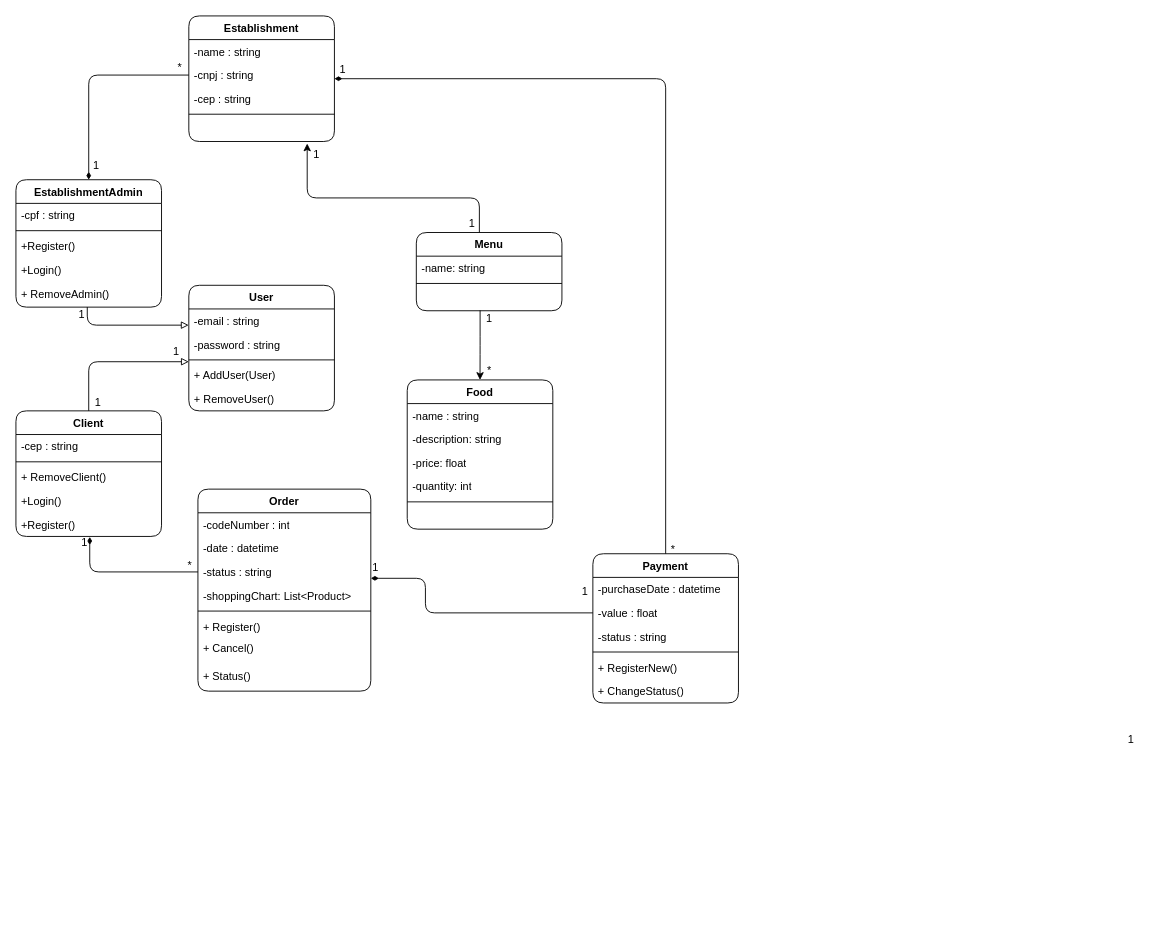
This is page "UML - Classe" (2 of 3) of DevOps/Modelagem de Software.drawio from LucasBO7/senai-curso-repos-semestre-4, a draw.io file, before an edit. Source tidied: cells renumbered, new cells numbered last; positions are measured from the earlier drawing's top-left corner, leaving out a move shared by most shapes. Both pictures are drawn from the tidied source at 91%, with x=0, y=0 at pixel (15, 15).
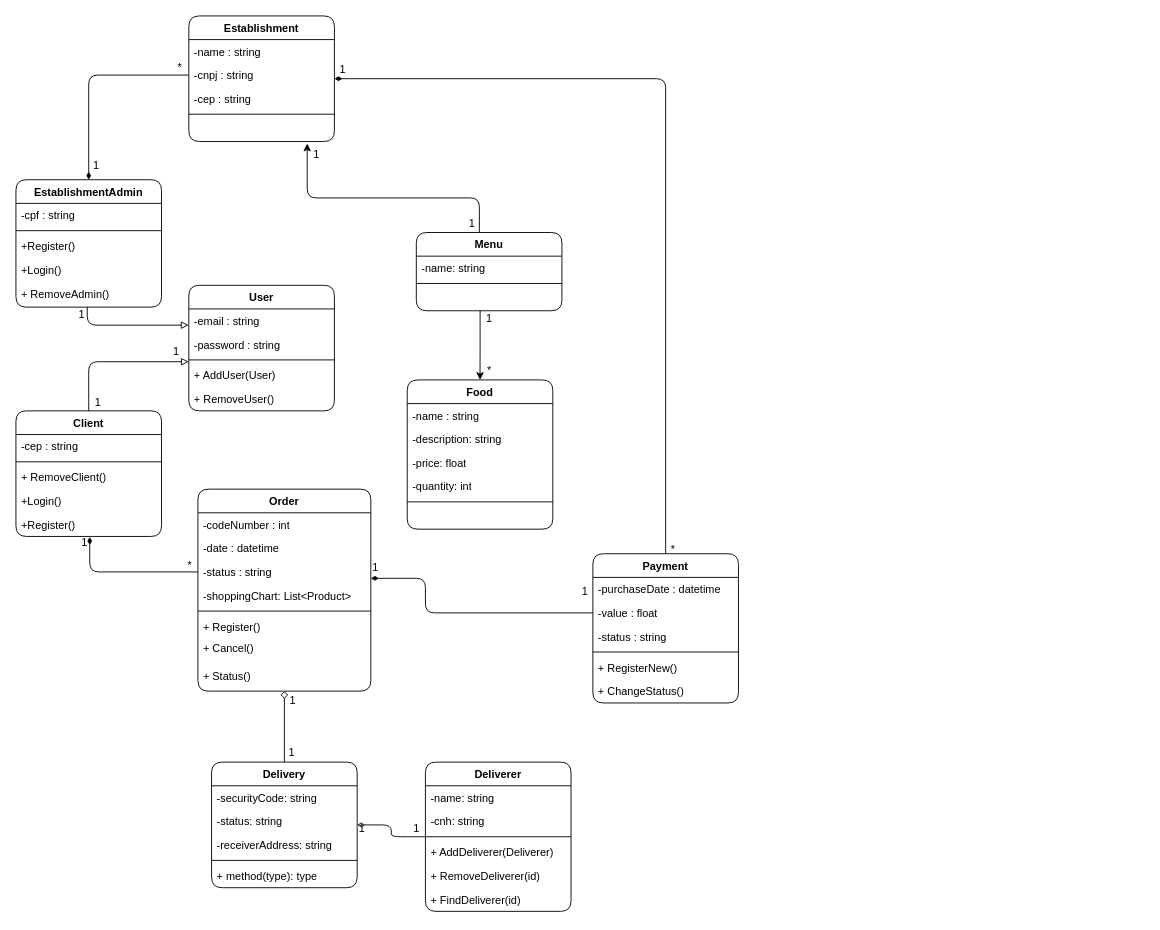
After the change.

The change refers to these unchanged cells:
```xml
<mxCell id="2" value="Order" style="swimlane;fontStyle=1;align=center;verticalAlign=top;horizontal=1;startSize=26;whiteSpace=wrap;html=1;rounded=1;" parent="1" vertex="1">
  <mxGeometry x="200" y="520" width="190" height="222" as="geometry" />
</mxCell>
```

Diff of the diagram source:
```diff
@@
+    <mxCell id="78" style="edgeStyle=orthogonalEdgeStyle;rounded=1;jettySize=auto;html=1;exitX=0.5;exitY=1;exitDx=0;exitDy=0;entryX=0.5;entryY=0;entryDx=0;entryDy=0;endArrow=none;endFill=0;startArrow=diamond;startFill=0;" parent="1" edge="1" source="2" target="87">
+      <mxGeometry relative="1" as="geometry" />
+    </mxCell>
@@
-    <mxCell id="51" value="1" style="text;html=1;align=center;verticalAlign=middle;strokeColor=none;fillColor=none;rounded=1;" parent="1" vertex="1">
-      <mxGeometry x="1210" y="780" width="30" height="30" as="geometry" />
-    </mxCell>
@@
-    <mxCell id="62" value="1" style="text;html=1;align=center;verticalAlign=middle;strokeColor=none;fillColor=none;" parent="1" vertex="1">
+    <mxCell id="62" value="1" style="text;html=1;align=center;verticalAlign=middle;strokeColor=none;fillColor=none;rounded=1;" parent="1" vertex="1">
       <mxGeometry x="315" y="138" width="30" height="30" as="geometry" />
     </mxCell>
@@
-    <mxCell id="67" value="1" style="text;html=1;align=center;verticalAlign=middle;strokeColor=none;fillColor=none;" parent="1" vertex="1">
+    <mxCell id="67" value="1" style="text;html=1;align=center;verticalAlign=middle;strokeColor=none;fillColor=none;rounded=1;" parent="1" vertex="1">
       <mxGeometry x="486" y="213" width="30" height="30" as="geometry" />
     </mxCell>
@@
-    <mxCell id="76" value="1" style="text;html=1;align=center;verticalAlign=middle;strokeColor=none;fillColor=none;" parent="1" vertex="1">
+    <mxCell id="76" value="1" style="text;html=1;align=center;verticalAlign=middle;strokeColor=none;fillColor=none;rounded=1;" parent="1" vertex="1">
       <mxGeometry x="505" y="318" width="30" height="30" as="geometry" />
     </mxCell>
-    <mxCell id="77" value="*" style="text;html=1;align=center;verticalAlign=middle;strokeColor=none;fillColor=none;" parent="1" vertex="1">
+    <mxCell id="77" value="*" style="text;html=1;align=center;verticalAlign=middle;strokeColor=none;fillColor=none;rounded=1;" parent="1" vertex="1">
       <mxGeometry x="505" y="375" width="30" height="30" as="geometry" />
     </mxCell>
+    <mxCell id="79" value="Deliverer" style="swimlane;fontStyle=1;align=center;verticalAlign=top;horizontal=1;startSize=26;whiteSpace=wrap;html=1;rounded=1;" parent="1" vertex="1">
+      <mxGeometry x="450" y="820" width="160" height="164" as="geometry" />
+    </mxCell>
+    <mxCell id="80" value="-name: string" style="text;strokeColor=none;fillColor=none;align=left;verticalAlign=top;spacingLeft=4;spacingRight=4;overflow=hidden;whiteSpace=wrap;html=1;rounded=1;" parent="79" vertex="1">
+      <mxGeometry y="26" width="160" height="26" as="geometry" />
+    </mxCell>
+    <mxCell id="81" value="-cnh: string" style="text;strokeColor=none;fillColor=none;align=left;verticalAlign=top;spacingLeft=4;spacingRight=4;overflow=hidden;whiteSpace=wrap;html=1;rounded=1;" parent="79" vertex="1">
+      <mxGeometry y="52" width="160" height="26" as="geometry" />
+    </mxCell>
+    <mxCell id="82" style="line;strokeWidth=1;fillColor=none;align=left;verticalAlign=middle;spacingTop=-1;spacingLeft=3;spacingRight=3;labelPosition=right;strokeColor=inherit;rounded=1;" parent="79" vertex="1">
+      <mxGeometry y="78" width="160" height="8" as="geometry" />
+    </mxCell>
+    <mxCell id="83" value="+ AddDeliverer(Deliverer)" style="text;strokeColor=none;fillColor=none;align=left;verticalAlign=top;spacingLeft=4;spacingRight=4;overflow=hidden;whiteSpace=wrap;html=1;rounded=1;" parent="79" vertex="1">
+      <mxGeometry y="86" width="160" height="26" as="geometry" />
+    </mxCell>
+    <mxCell id="84" value="+ RemoveDeliverer(id)" style="text;strokeColor=none;fillColor=none;align=left;verticalAlign=top;spacingLeft=4;spacingRight=4;overflow=hidden;whiteSpace=wrap;html=1;rounded=1;" parent="79" vertex="1">
+      <mxGeometry y="112" width="160" height="26" as="geometry" />
+    </mxCell>
+    <mxCell id="85" value="+ FindDeliverer(id)" style="text;strokeColor=none;fillColor=none;align=left;verticalAlign=top;spacingLeft=4;spacingRight=4;overflow=hidden;whiteSpace=wrap;html=1;rounded=1;" parent="79" vertex="1">
+      <mxGeometry y="138" width="160" height="26" as="geometry" />
+    </mxCell>
+    <mxCell id="86" style="edgeStyle=orthogonalEdgeStyle;rounded=1;jettySize=auto;html=1;entryX=0;entryY=0.5;entryDx=0;entryDy=0;endArrow=none;endFill=0;startArrow=diamondThin;startFill=0;" parent="1" edge="1" source="87" target="79">
+      <mxGeometry relative="1" as="geometry" />
+    </mxCell>
+    <mxCell id="87" value="Delivery" style="swimlane;fontStyle=1;align=center;verticalAlign=top;horizontal=1;startSize=26;whiteSpace=wrap;html=1;rounded=1;" parent="1" vertex="1">
+      <mxGeometry x="215" y="820" width="160" height="138" as="geometry" />
+    </mxCell>
+    <mxCell id="88" value="-securityCode: string" style="text;strokeColor=none;fillColor=none;align=left;verticalAlign=top;spacingLeft=4;spacingRight=4;overflow=hidden;whiteSpace=wrap;html=1;rounded=1;" parent="87" vertex="1">
+      <mxGeometry y="26" width="160" height="26" as="geometry" />
+    </mxCell>
+    <mxCell id="89" value="-status: string" style="text;strokeColor=none;fillColor=none;align=left;verticalAlign=top;spacingLeft=4;spacingRight=4;overflow=hidden;whiteSpace=wrap;html=1;rounded=1;" parent="87" vertex="1">
+      <mxGeometry y="52" width="160" height="26" as="geometry" />
+    </mxCell>
+    <mxCell id="90" value="-receiverAddress: string" style="text;strokeColor=none;fillColor=none;align=left;verticalAlign=top;spacingLeft=4;spacingRight=4;overflow=hidden;whiteSpace=wrap;html=1;rounded=1;" parent="87" vertex="1">
+      <mxGeometry y="78" width="160" height="26" as="geometry" />
+    </mxCell>
+    <mxCell id="91" style="line;strokeWidth=1;fillColor=none;align=left;verticalAlign=middle;spacingTop=-1;spacingLeft=3;spacingRight=3;labelPosition=right;strokeColor=inherit;rounded=1;" parent="87" vertex="1">
+      <mxGeometry y="104" width="160" height="8" as="geometry" />
+    </mxCell>
+    <mxCell id="92" value="+ method(type): type" style="text;strokeColor=none;fillColor=none;align=left;verticalAlign=top;spacingLeft=4;spacingRight=4;overflow=hidden;whiteSpace=wrap;html=1;rounded=1;" parent="87" vertex="1">
+      <mxGeometry y="112" width="160" height="26" as="geometry" />
+    </mxCell>
+    <mxCell id="93" value="1" style="text;html=1;align=center;verticalAlign=middle;strokeColor=none;fillColor=none;" parent="1" vertex="1">
+      <mxGeometry x="365" y="878" width="30" height="30" as="geometry" />
+    </mxCell>
+    <mxCell id="94" value="1" style="text;html=1;align=center;verticalAlign=middle;strokeColor=none;fillColor=none;" parent="1" vertex="1">
+      <mxGeometry x="425" y="878" width="30" height="30" as="geometry" />
+    </mxCell>
+    <mxCell id="95" value="1" style="text;html=1;align=center;verticalAlign=middle;strokeColor=none;fillColor=none;" parent="1" vertex="1">
+      <mxGeometry x="289" y="738" width="30" height="30" as="geometry" />
+    </mxCell>
+    <mxCell id="96" value="1" style="text;html=1;align=center;verticalAlign=middle;strokeColor=none;fillColor=none;" parent="1" vertex="1">
+      <mxGeometry x="288" y="795" width="30" height="30" as="geometry" />
+    </mxCell>
```
